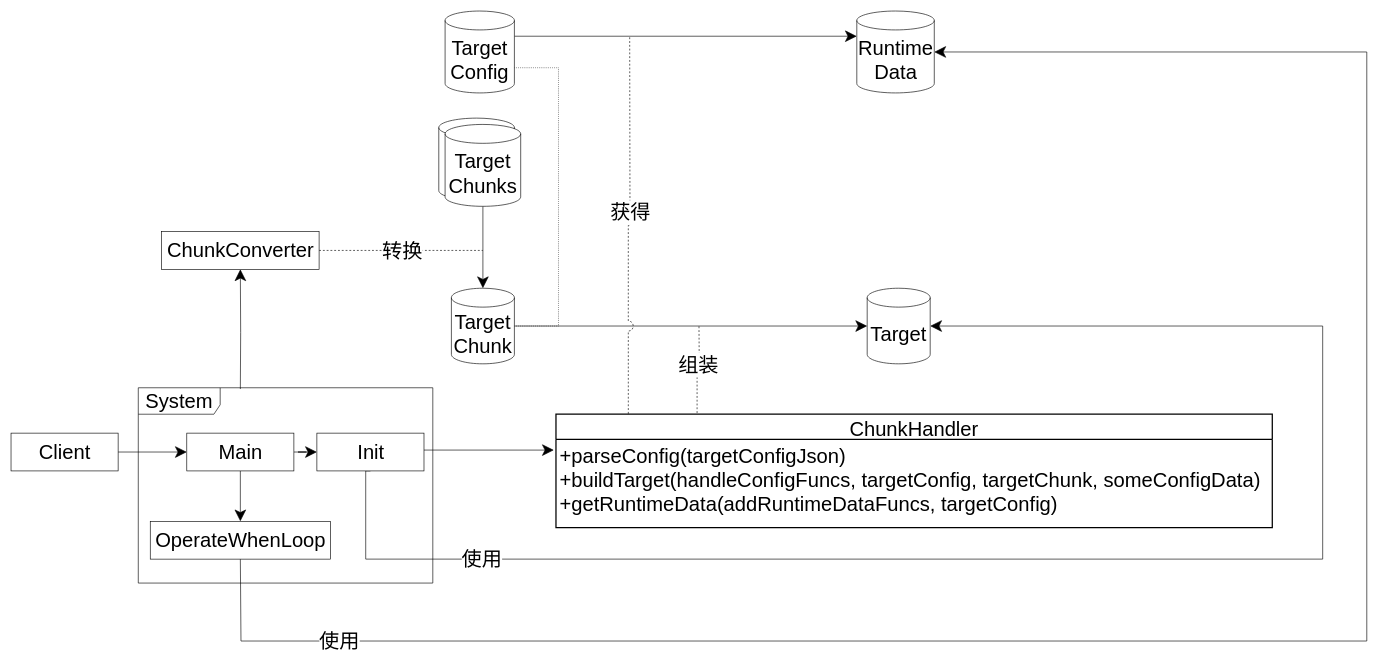
Earlier version of the draw.io diagram packages/拼接模式/role_abstract/UML.drawio (yyc-git/3DProgramPattern). Source tidied: cells renumbered, new cells numbered last; positions are measured from the earlier drawing's top-left corner, leaving out a move shared by most shapes. Both pictures are drawn from the tidied source at 63%, with x=0, y=0 at pixel (11, 11).
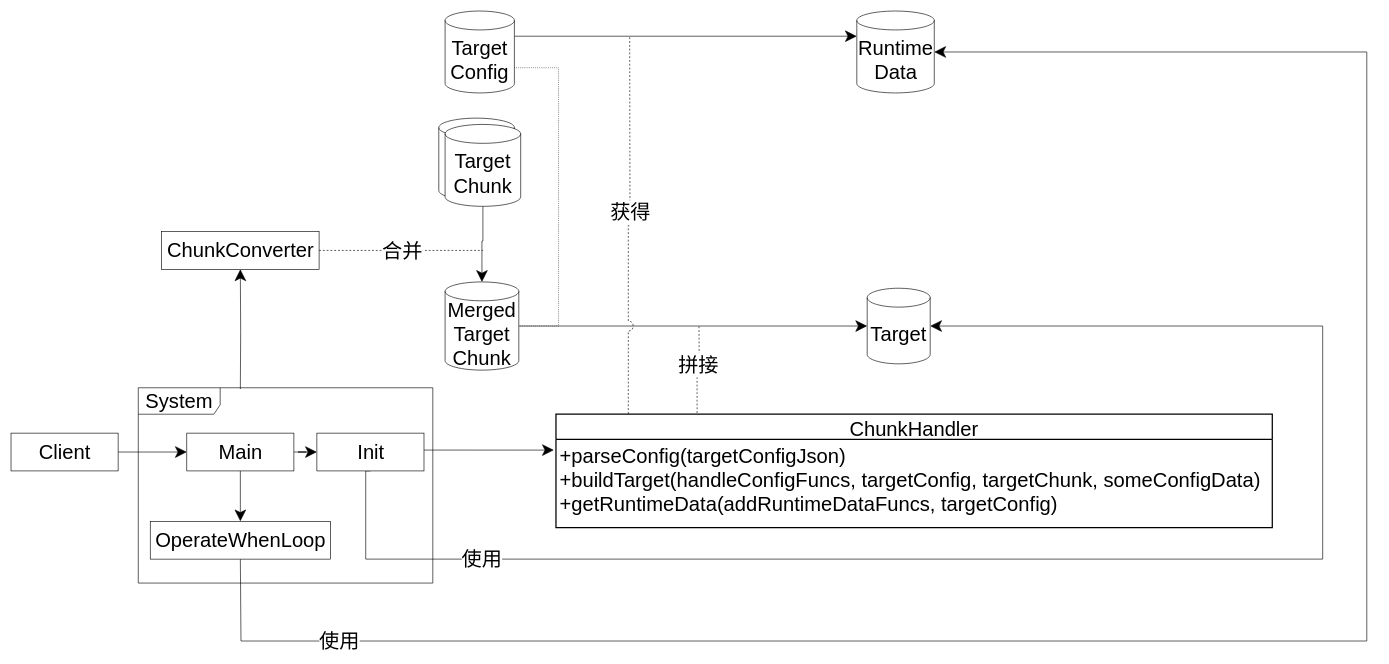
The same diagram, later.

Unchanged cells that the change refers to:
```xml
<mxCell id="15" style="edgeStyle=orthogonalEdgeStyle;rounded=0;jettySize=auto;html=1;startSize=16;endSize=16;endArrow=none;endFill=0;dashed=1;" parent="1" edge="1" source="17">
  <mxGeometry relative="1" as="geometry">
    <mxPoint x="749" y="380" as="targetPoint" />
  </mxGeometry>
</mxCell>
<mxCell id="24" style="edgeStyle=orthogonalEdgeStyle;rounded=0;jettySize=auto;html=1;dashed=1;endArrow=none;endFill=0;startSize=16;endSize=16;exitX=0.197;exitY=-0.011;exitDx=0;exitDy=0;exitPerimeter=0;jumpStyle=arc;jumpSize=22;" parent="1" edge="1" source="2">
  <mxGeometry relative="1" as="geometry">
    <mxPoint x="1092" y="500" as="targetPoint" />
  </mxGeometry>
</mxCell>
```

Diff of the diagram source:
```diff
@@
-    <mxCell id="16" value="&lt;font style=&quot;font-size: 32px&quot;&gt;转换&lt;/font&gt;" style="edgeLabel;html=1;align=center;verticalAlign=middle;" parent="15" vertex="1">
+    <mxCell id="16" value="&lt;span style=&quot;font-size: 32px&quot;&gt;合并&lt;/span&gt;" style="edgeLabel;html=1;align=center;verticalAlign=middle;" parent="15" vertex="1">
       <mxGeometry y="1" relative="1" as="geometry" />
     </mxCell>
@@
-    <mxCell id="19" value="&lt;font style=&quot;font-size: 32px&quot;&gt;Target Chunks&lt;/font&gt;" style="shape=cylinder3;whiteSpace=wrap;html=1;boundedLbl=1;backgroundOutline=1;size=15;" parent="1" vertex="1">
+    <mxCell id="19" value="&lt;font style=&quot;font-size: 32px&quot;&gt;Target Chunk&lt;/font&gt;" style="shape=cylinder3;whiteSpace=wrap;html=1;boundedLbl=1;backgroundOutline=1;size=15;" parent="1" vertex="1">
       <mxGeometry x="689" y="180" width="120" height="130" as="geometry" />
     </mxCell>
@@
-    <mxCell id="21" value="&lt;font style=&quot;font-size: 32px&quot;&gt;Target&lt;br&gt;Chunk&lt;br&gt;&lt;/font&gt;" style="shape=cylinder3;whiteSpace=wrap;html=1;boundedLbl=1;backgroundOutline=1;size=15;" parent="1" vertex="1">
-      <mxGeometry x="699" y="440" width="100" height="120" as="geometry" />
+    <mxCell id="21" value="&lt;font style=&quot;font-size: 32px&quot;&gt;Merged Target&lt;br&gt;Chunk&lt;br&gt;&lt;/font&gt;" style="shape=cylinder3;whiteSpace=wrap;html=1;boundedLbl=1;backgroundOutline=1;size=15;" parent="1" vertex="1">
+      <mxGeometry x="689" y="430" width="117" height="140" as="geometry" />
     </mxCell>
@@
-    <mxCell id="25" value="&lt;font style=&quot;font-size: 32px&quot;&gt;组装&lt;/font&gt;" style="edgeLabel;html=1;align=center;verticalAlign=middle;" parent="24" vertex="1">
+    <mxCell id="25" value="&lt;font style=&quot;font-size: 32px&quot;&gt;拼接&lt;/font&gt;" style="edgeLabel;html=1;align=center;verticalAlign=middle;" parent="24" vertex="1">
       <mxGeometry x="0.48" y="-1" relative="1" as="geometry">
         <mxPoint x="-3" y="25" as="offset" />
       </mxGeometry>
     </mxCell>
```
